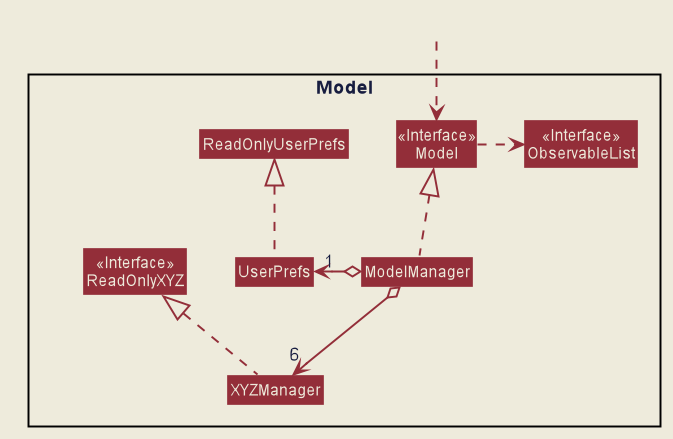
Before: docs/images/ModelClassDiagram.png, a diagram exported from PlantUML (zenatrick/main).
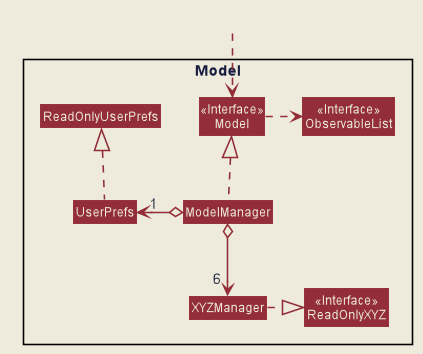
Later version of the same file.

What changed in the source:
```diff
@@ -101,6 +101,8 @@
 
 hide footbox
 hide circle
+
+hide member
 skinparam Class {
     BorderColor #EEEBDC
     FontColor #EEEBDC
@@ -108,6 +110,7 @@
     StereotypeFontColor #EEEBDC
 }
 skinparam ArrowColor #932E39
+
 Class HiddenOutside #EEEBDC
 
 Package Model <<Rectangle>> {
@@ -119,24 +122,14 @@
 Class ModelManager
 Class UserPrefs
 Class ReadOnlyUserPrefs
-class HiddenClass
-
 }
 
-hide HiddenClass
-hide member
-
-Class HiddenOutside #EEEBDC
 HiddenOutside ..> Model
 
-XYZManager .up.|> ReadOnlyXYZ
-
+XYZManager .|> ReadOnlyXYZ
 ModelManager .up.|> Model
 Model .right.> ObservableList
-ModelManager o-down-> "6" XYZManager
-ModelManager o-left-> "1" UserPrefs
-UserPrefs .up.|> HiddenClass
+ModelManager o--> "6 " XYZManager
+ModelManager o-left-> " 1" UserPrefs
 UserPrefs .up.|> ReadOnlyUserPrefs
-
-
 @enduml
```
